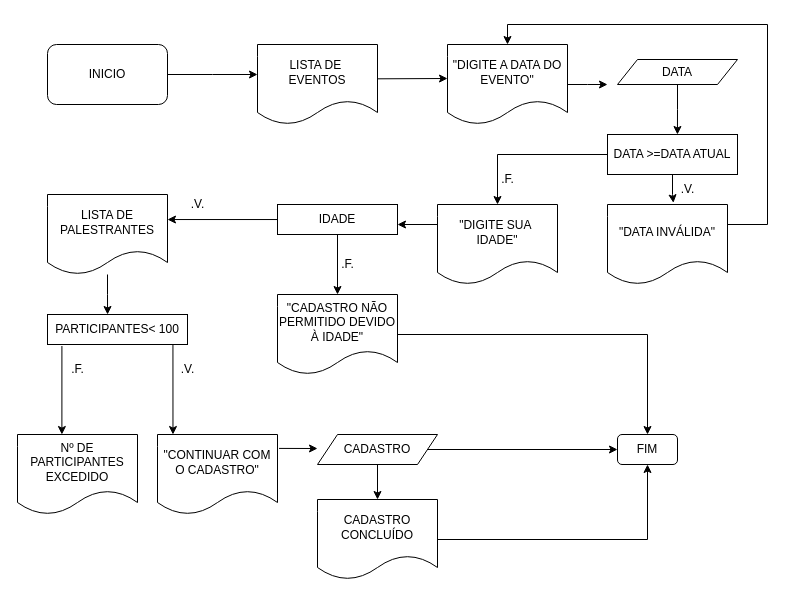
LarusAntunes/AulaUC8 keeps this draw.io diagram as Fluxograma.drawio. Above is the earlier version. Source tidied: cells renumbered, new cells numbered last; positions are measured from the earlier drawing's top-left corner, leaving out a move shared by most shapes. Both pictures are drawn from the tidied source at 100%, with x=0, y=0 at pixel (17, 24).
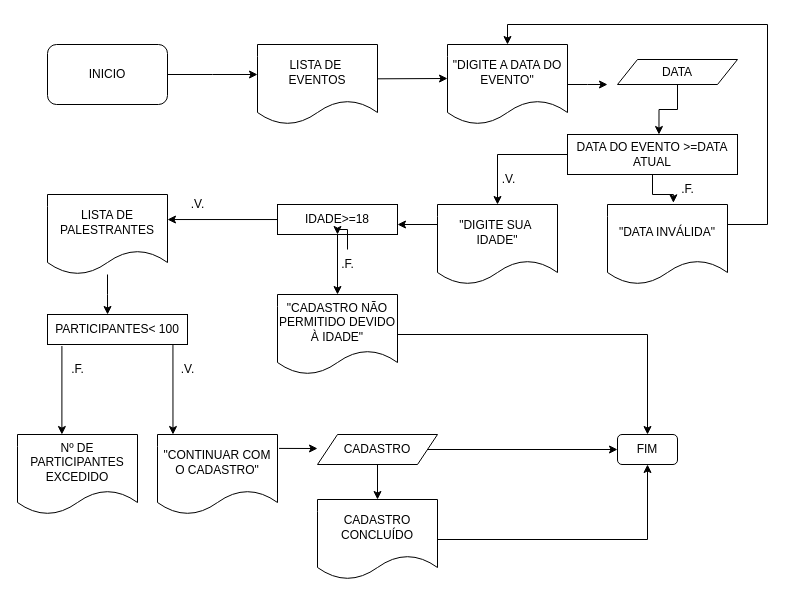
After the change.

Commit message:
Mudanças fluxograma

The change refers to these unchanged cells:
```xml
<mxCell id="25" value=".F." style="text;html=1;align=center;verticalAlign=middle;points=[];strokeColor=none;fillColor=none;" parent="1" vertex="1">
  <mxGeometry x="310" y="225" width="40" height="30" as="geometry" />
</mxCell>
```

Change to the diagram source:
```diff
@@
-    <mxCell id="12" value="DATA &amp;gt;=DATA ATUAL" style="rounded=0;whiteSpace=wrap;html=1;" parent="1" vertex="1">
-      <mxGeometry x="590" y="110" width="130" height="40" as="geometry" />
+    <mxCell id="12" value="DATA DO EVENTO &amp;gt;=DATA ATUAL" style="rounded=0;whiteSpace=wrap;html=1;" parent="1" vertex="1">
+      <mxGeometry x="550" y="110" width="170" height="40" as="geometry" />
     </mxCell>
@@
-    <mxCell id="16" value=".V." style="text;html=1;align=center;verticalAlign=middle;strokeColor=none;fillColor=none;" parent="1" vertex="1">
+    <mxCell id="16" value=".F." style="text;html=1;align=center;verticalAlign=middle;strokeColor=none;fillColor=none;" parent="1" vertex="1">
       <mxGeometry x="650" y="150" width="40" height="30" as="geometry" />
     </mxCell>
-    <mxCell id="17" value=".F." style="text;html=1;align=center;verticalAlign=middle;strokeColor=none;fillColor=none;" parent="1" vertex="1">
-      <mxGeometry x="470" y="140" width="40" height="30" as="geometry" />
+    <mxCell id="17" value=".V." style="text;html=1;align=center;verticalAlign=middle;strokeColor=none;fillColor=none;" parent="1" vertex="1">
+      <mxGeometry x="471" y="140" width="40" height="30" as="geometry" />
     </mxCell>
@@
-    <mxCell id="20" value="IDADE" style="rounded=0;whiteSpace=wrap;html=1;" parent="1" vertex="1">
+    <mxCell id="20" value="IDADE&amp;gt;=18" style="rounded=0;whiteSpace=wrap;html=1;" parent="1" vertex="1">
       <mxGeometry x="260" y="180" width="120" height="30" as="geometry" />
     </mxCell>
@@
+    <mxCell id="42" style="edgeStyle=orthogonalEdgeStyle;rounded=0;jettySize=auto;html=1;" parent="1" edge="1" source="25" target="20">
+      <mxGeometry relative="1" as="geometry" />
+    </mxCell>
```
